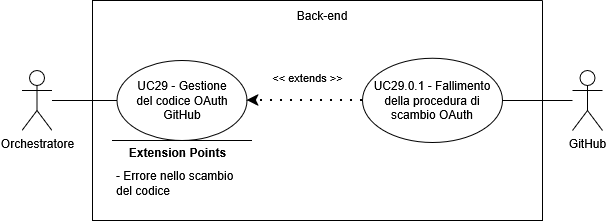
Above: assets/diagrams/UC29.png in SkarabGroup/DocumentazioneProgetto (draw.io), before the change. Source tidied: cells renumbered, new cells last; positions are measured from the earlier drawing's top-left corner, leaving out a move shared by most shapes.
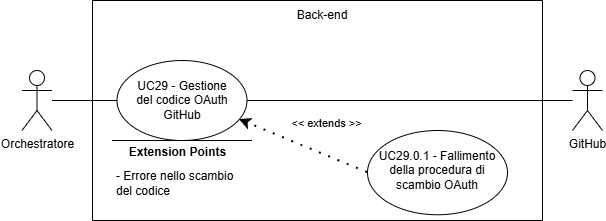
After the commit.

Change to the diagram source:
```diff
@@ -31,22 +31,22 @@
     <mxCell id="9" value="&lt;div style=&quot;&quot;&gt;&lt;span style=&quot;background-color: transparent; color: light-dark(rgb(0, 0, 0), rgb(255, 255, 255));&quot;&gt;UC29 - Gestione del codice OAuth GitHub&lt;/span&gt;&lt;/div&gt;" style="text;html=1;align=center;verticalAlign=middle;whiteSpace=wrap;rounded=0;" parent="2" vertex="1">
       <mxGeometry x="34.5" y="65" width="110" height="70" as="geometry" />
     </mxCell>
-    <mxCell id="10" value="&amp;lt;&amp;lt; extends &amp;gt;&amp;gt;" style="endArrow=classic;startArrow=none;endFill=1;startFill=0;html=1;verticalAlign=bottom;dashed=1;labelBackgroundColor=none;rounded=0;dashPattern=1 4;curved=0;endSize=6;strokeWidth=2;exitX=0;exitY=0.5;exitDx=0;exitDy=0;entryX=1;entryY=0.5;entryDx=0;entryDy=0;" parent="2" edge="1" source="12" target="5">
-      <mxGeometry x="-0.04" y="-13" relative="1" as="geometry" />
+    <mxCell id="10" value="&amp;lt;&amp;lt; extends &amp;gt;&amp;gt;" style="endArrow=classic;startArrow=none;endFill=1;startFill=0;html=1;verticalAlign=bottom;dashed=1;labelBackgroundColor=none;rounded=0;dashPattern=1 4;curved=0;endSize=6;strokeWidth=2;exitX=0;exitY=0.5;exitDx=0;exitDy=0;entryX=0.942;entryY=0.738;entryDx=0;entryDy=0;entryPerimeter=0;" parent="2" edge="1" source="12" target="5">
+      <mxGeometry x="-0.23" y="-21" relative="1" as="geometry" />
     </mxCell>
     <mxCell id="11" style="endArrow=none;html=1;rounded=0;entryX=0;entryY=0.5;entryDx=0;entryDy=0;" parent="2" edge="1" source="4" target="5">
       <mxGeometry relative="1" as="geometry" />
     </mxCell>
     <mxCell id="12" style="ellipse;whiteSpace=wrap;html=1;" parent="2" vertex="1">
-      <mxGeometry x="270" y="57.9" width="140" height="84.3" as="geometry" />
+      <mxGeometry x="275" y="130" width="140" height="84.3" as="geometry" />
     </mxCell>
     <mxCell id="13" value="UC29.0.1 - Fallimento della procedura di scambio OAuth" style="text;html=1;align=center;verticalAlign=middle;whiteSpace=wrap;rounded=0;" parent="2" vertex="1">
-      <mxGeometry x="275" y="65" width="130" height="70" as="geometry" />
+      <mxGeometry x="280" y="135" width="130" height="70" as="geometry" />
     </mxCell>
     <mxCell id="14" value="GitHub" style="shape=umlActor;verticalLabelPosition=bottom;verticalAlign=top;html=1;outlineConnect=0;align=center;" parent="1" vertex="1">
       <mxGeometry x="550" y="70" width="30" height="60" as="geometry" />
     </mxCell>
-    <mxCell id="15" style="endArrow=none;html=1;rounded=0;exitX=1;exitY=0.5;exitDx=0;exitDy=0;" parent="1" edge="1" source="12" target="14">
+    <mxCell id="15" style="endArrow=none;html=1;rounded=0;exitX=1;exitY=0.5;exitDx=0;exitDy=0;" parent="1" edge="1" source="5" target="14">
       <mxGeometry relative="1" as="geometry" />
     </mxCell>
   </root>
```
